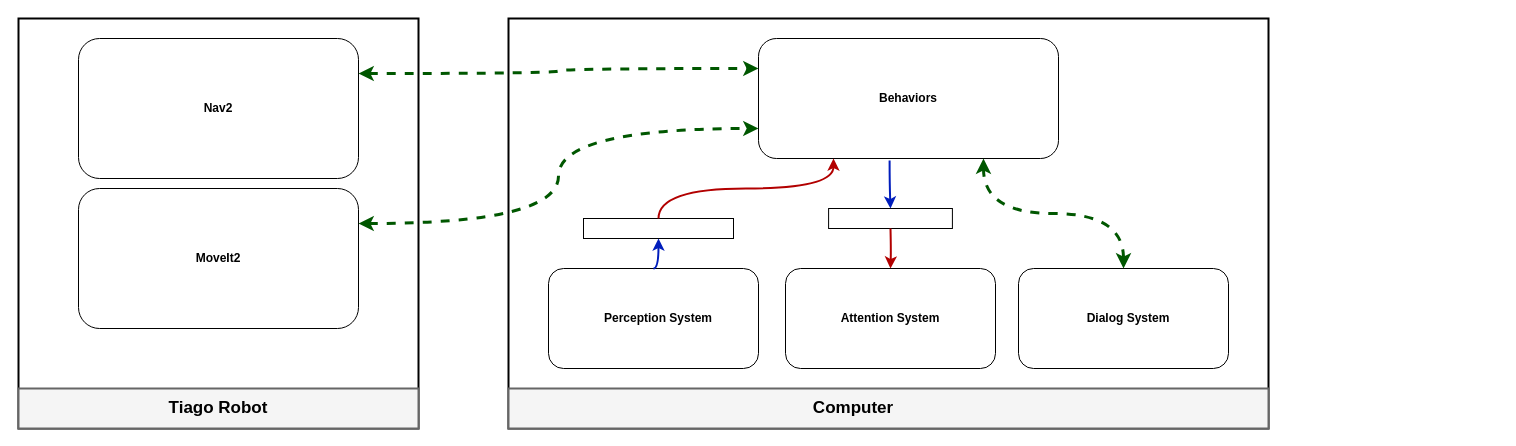
This is wiki_figures/general_design.drawio from CoreSenseEU/CoreSense4Home, a draw.io file, before an edit. Source tidied: cells renumbered, new cells numbered last; positions are measured from the earlier drawing's top-left corner, leaving out a move shared by most shapes. Both pictures are drawn from the tidied source at 100%, with x=0, y=0 at pixel (18, 18).
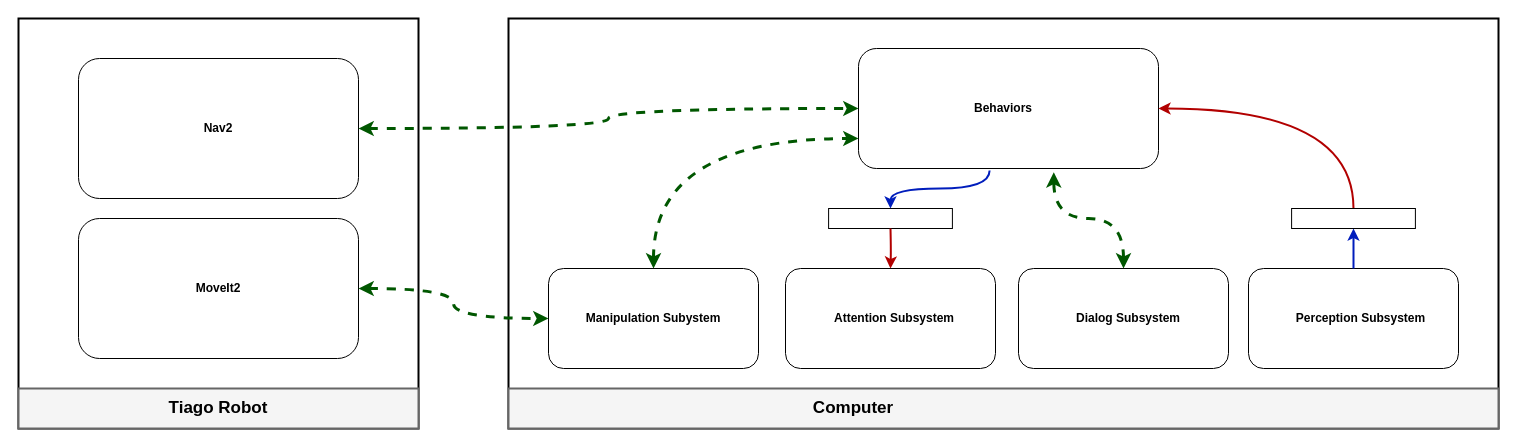
Above is the later version.

Commit message:
general design

Unchanged cells that the change refers to:
```xml
<mxCell id="15" style="rounded=1;whiteSpace=wrap;html=1;fillColor=none;" parent="1" vertex="1">
  <mxGeometry x="1000" y="250" width="210" height="100" as="geometry" />
</mxCell>
```

Diff of the diagram source:
```diff
@@
     <mxCell id="5" style="rounded=1;whiteSpace=wrap;html=1;fillColor=none;" parent="1" vertex="1">
-      <mxGeometry x="60" y="20" width="280" height="140" as="geometry" />
+      <mxGeometry x="60" y="40" width="280" height="140" as="geometry" />
     </mxCell>
     <mxCell id="6" value="Nav2" style="text;html=1;strokeColor=none;fillColor=none;align=center;verticalAlign=middle;whiteSpace=wrap;rounded=0;fontStyle=1;" parent="1" vertex="1">
-      <mxGeometry x="145" y="80" width="110" height="20" as="geometry" />
+      <mxGeometry x="145" y="100" width="110" height="20" as="geometry" />
     </mxCell>
     <mxCell id="7" style="rounded=1;whiteSpace=wrap;html=1;fillColor=none;" parent="1" vertex="1">
-      <mxGeometry x="60" y="170" width="280" height="140" as="geometry" />
+      <mxGeometry x="60" y="200" width="280" height="140" as="geometry" />
     </mxCell>
     <mxCell id="8" value="MoveIt2" style="text;html=1;strokeColor=none;fillColor=none;align=center;verticalAlign=middle;whiteSpace=wrap;rounded=0;fontStyle=1;" parent="1" vertex="1">
-      <mxGeometry x="145" y="230" width="110" height="20" as="geometry" />
+      <mxGeometry x="145" y="260" width="110" height="20" as="geometry" />
     </mxCell>
     <mxCell id="9" style="rounded=0;whiteSpace=wrap;html=1;strokeWidth=2;" parent="1" vertex="1">
-      <mxGeometry x="490" width="760" height="410" as="geometry" />
+      <mxGeometry x="490" width="990" height="410" as="geometry" />
     </mxCell>
     <mxCell id="10" style="rounded=0;whiteSpace=wrap;html=1;strokeWidth=2;fillColor=#f5f5f5;strokeColor=#666666;fontColor=#333333;" parent="1" vertex="1">
-      <mxGeometry x="490" y="370" width="760" height="40" as="geometry" />
+      <mxGeometry x="490" y="370" width="990" height="40" as="geometry" />
     </mxCell>
@@
     <mxCell id="12" style="rounded=1;whiteSpace=wrap;html=1;fillColor=none;" parent="1" vertex="1">
-      <mxGeometry x="530" y="250" width="210" height="100" as="geometry" />
+      <mxGeometry x="1230" y="250" width="210" height="100" as="geometry" />
     </mxCell>
-    <mxCell id="13" value="Perception System" style="text;html=1;strokeColor=none;fillColor=none;align=center;verticalAlign=middle;whiteSpace=wrap;rounded=0;fontStyle=1;" parent="1" vertex="1">
-      <mxGeometry x="580" y="290" width="120" height="20" as="geometry" />
+    <mxCell id="13" value="Perception Subsystem" style="text;html=1;strokeColor=none;fillColor=none;align=center;verticalAlign=middle;whiteSpace=wrap;rounded=0;fontStyle=1;" parent="1" vertex="1">
+      <mxGeometry x="1270" y="290" width="145" height="20" as="geometry" />
     </mxCell>
@@
-    <mxCell id="16" value="Dialog System" style="text;html=1;strokeColor=none;fillColor=none;align=center;verticalAlign=middle;whiteSpace=wrap;rounded=0;fontStyle=1;" parent="1" vertex="1">
+    <mxCell id="16" value="Dialog Subsystem" style="text;html=1;strokeColor=none;fillColor=none;align=center;verticalAlign=middle;whiteSpace=wrap;rounded=0;fontStyle=1;" parent="1" vertex="1">
       <mxGeometry x="1050" y="290" width="120" height="20" as="geometry" />
     </mxCell>
     <mxCell id="17" style="rounded=1;whiteSpace=wrap;html=1;fillColor=none;" parent="1" vertex="1">
-      <mxGeometry x="740" y="20" width="300" height="120" as="geometry" />
+      <mxGeometry x="840" y="30" width="300" height="120" as="geometry" />
     </mxCell>
-    <mxCell id="18" value="Attention System" style="text;html=1;strokeColor=none;fillColor=none;align=center;verticalAlign=middle;whiteSpace=wrap;rounded=0;fontStyle=1;" parent="1" vertex="1">
-      <mxGeometry x="812" y="290" width="120" height="20" as="geometry" />
+    <mxCell id="18" value="Attention Subsystem" style="text;html=1;strokeColor=none;fillColor=none;align=center;verticalAlign=middle;whiteSpace=wrap;rounded=0;fontStyle=1;" parent="1" vertex="1">
+      <mxGeometry x="812" y="290" width="128" height="20" as="geometry" />
     </mxCell>
     <mxCell id="19" value="Behaviors" style="text;html=1;strokeColor=none;fillColor=none;align=center;verticalAlign=middle;whiteSpace=wrap;rounded=0;fontStyle=1;" parent="1" vertex="1">
-      <mxGeometry x="830" y="70" width="120" height="20" as="geometry" />
+      <mxGeometry x="925" y="80" width="120" height="20" as="geometry" />
     </mxCell>
-    <mxCell id="20" style="edgeStyle=orthogonalEdgeStyle;curved=1;rounded=0;jettySize=auto;html=1;exitX=1;exitY=0.25;exitDx=0;exitDy=0;entryX=0;entryY=0.25;entryDx=0;entryDy=0;strokeWidth=3;dashed=1;startArrow=classic;startFill=1;fillColor=#008a00;strokeColor=#005700;" parent="1" edge="1" source="5" target="17">
+    <mxCell id="20" style="edgeStyle=orthogonalEdgeStyle;curved=1;rounded=0;jettySize=auto;html=1;exitX=1;exitY=0.5;exitDx=0;exitDy=0;entryX=0;entryY=0.5;entryDx=0;entryDy=0;strokeWidth=3;dashed=1;startArrow=classic;startFill=1;fillColor=#008a00;strokeColor=#005700;" parent="1" edge="1" source="5" target="17">
       <mxGeometry relative="1" as="geometry" />
     </mxCell>
-    <mxCell id="21" style="edgeStyle=orthogonalEdgeStyle;curved=1;rounded=0;jettySize=auto;html=1;exitX=1;exitY=0.25;exitDx=0;exitDy=0;entryX=0;entryY=0.75;entryDx=0;entryDy=0;strokeWidth=3;dashed=1;startArrow=classic;startFill=1;fillColor=#008a00;strokeColor=#005700;" parent="1" edge="1" source="7" target="17">
+    <mxCell id="21" style="edgeStyle=orthogonalEdgeStyle;curved=1;rounded=0;jettySize=auto;html=1;exitX=1;exitY=0.5;exitDx=0;exitDy=0;entryX=0;entryY=0.5;entryDx=0;entryDy=0;strokeWidth=3;dashed=1;startArrow=classic;startFill=1;fillColor=#008a00;strokeColor=#005700;" parent="1" edge="1" source="7" target="29">
       <mxGeometry relative="1" as="geometry" />
     </mxCell>
-    <mxCell id="22" style="edgeStyle=orthogonalEdgeStyle;curved=1;rounded=0;jettySize=auto;html=1;exitX=0.5;exitY=0;exitDx=0;exitDy=0;entryX=0.75;entryY=1;entryDx=0;entryDy=0;strokeWidth=3;dashed=1;startArrow=classic;startFill=1;fillColor=#008a00;strokeColor=#005700;" parent="1" edge="1" source="15" target="17">
+    <mxCell id="22" style="edgeStyle=orthogonalEdgeStyle;curved=1;rounded=0;jettySize=auto;html=1;exitX=0.5;exitY=0;exitDx=0;exitDy=0;entryX=0.651;entryY=1.031;entryDx=0;entryDy=0;strokeWidth=3;dashed=1;startArrow=classic;startFill=1;fillColor=#008a00;strokeColor=#005700;entryPerimeter=0;" parent="1" edge="1" source="15" target="17">
       <mxGeometry relative="1" as="geometry" />
     </mxCell>
@@
-    <mxCell id="26" style="rounded=0;whiteSpace=wrap;html=1;" parent="1" vertex="1">
-      <mxGeometry x="565" y="200" width="150" height="20" as="geometry" />
-    </mxCell>
-    <mxCell id="27" style="edgeStyle=orthogonalEdgeStyle;curved=1;rounded=0;jettySize=auto;html=1;exitX=0.5;exitY=0;exitDx=0;exitDy=0;entryX=0.5;entryY=1;entryDx=0;entryDy=0;startArrow=none;startFill=0;strokeWidth=2;fillColor=#0050ef;strokeColor=#001DBC;" parent="1" edge="1" source="12" target="26">
+    <mxCell id="27" style="edgeStyle=orthogonalEdgeStyle;curved=1;rounded=0;jettySize=auto;html=1;exitX=0.5;exitY=0;exitDx=0;exitDy=0;entryX=0.5;entryY=1;entryDx=0;entryDy=0;startArrow=none;startFill=0;strokeWidth=2;fillColor=#0050ef;strokeColor=#001DBC;" parent="1" edge="1" source="12" target="32">
       <mxGeometry relative="1" as="geometry" />
     </mxCell>
-    <mxCell id="28" style="edgeStyle=orthogonalEdgeStyle;curved=1;rounded=0;jettySize=auto;html=1;entryX=0.25;entryY=1;entryDx=0;entryDy=0;strokeWidth=2;fillColor=#e51400;strokeColor=#B20000;exitX=0.5;exitY=0;exitDx=0;exitDy=0;" parent="1" edge="1" source="26" target="17">
+    <mxCell id="28" style="edgeStyle=orthogonalEdgeStyle;curved=1;rounded=0;jettySize=auto;html=1;entryX=1;entryY=0.5;entryDx=0;entryDy=0;strokeWidth=2;fillColor=#e51400;strokeColor=#B20000;exitX=0.5;exitY=0;exitDx=0;exitDy=0;" parent="1" edge="1" source="32" target="17">
       <mxGeometry relative="1" as="geometry" />
     </mxCell>
+    <mxCell id="29" style="rounded=1;whiteSpace=wrap;html=1;fillColor=none;" parent="1" vertex="1">
+      <mxGeometry x="530" y="250" width="210" height="100" as="geometry" />
+    </mxCell>
+    <mxCell id="30" value="Manipulation Subystem" style="text;html=1;strokeColor=none;fillColor=none;align=center;verticalAlign=middle;whiteSpace=wrap;rounded=0;fontStyle=1;" parent="1" vertex="1">
+      <mxGeometry x="565" y="290" width="140" height="20" as="geometry" />
+    </mxCell>
+    <mxCell id="31" style="edgeStyle=orthogonalEdgeStyle;curved=1;rounded=0;jettySize=auto;html=1;entryX=0;entryY=0.75;entryDx=0;entryDy=0;strokeWidth=3;dashed=1;startArrow=classic;startFill=1;fillColor=#008a00;strokeColor=#005700;exitX=0.5;exitY=0;exitDx=0;exitDy=0;" parent="1" edge="1" source="29" target="17">
+      <mxGeometry relative="1" as="geometry" />
+    </mxCell>
+    <mxCell id="32" style="rounded=0;whiteSpace=wrap;html=1;" parent="1" vertex="1">
+      <mxGeometry x="1273.1" y="190" width="123.8" height="20" as="geometry" />
+    </mxCell>
```
